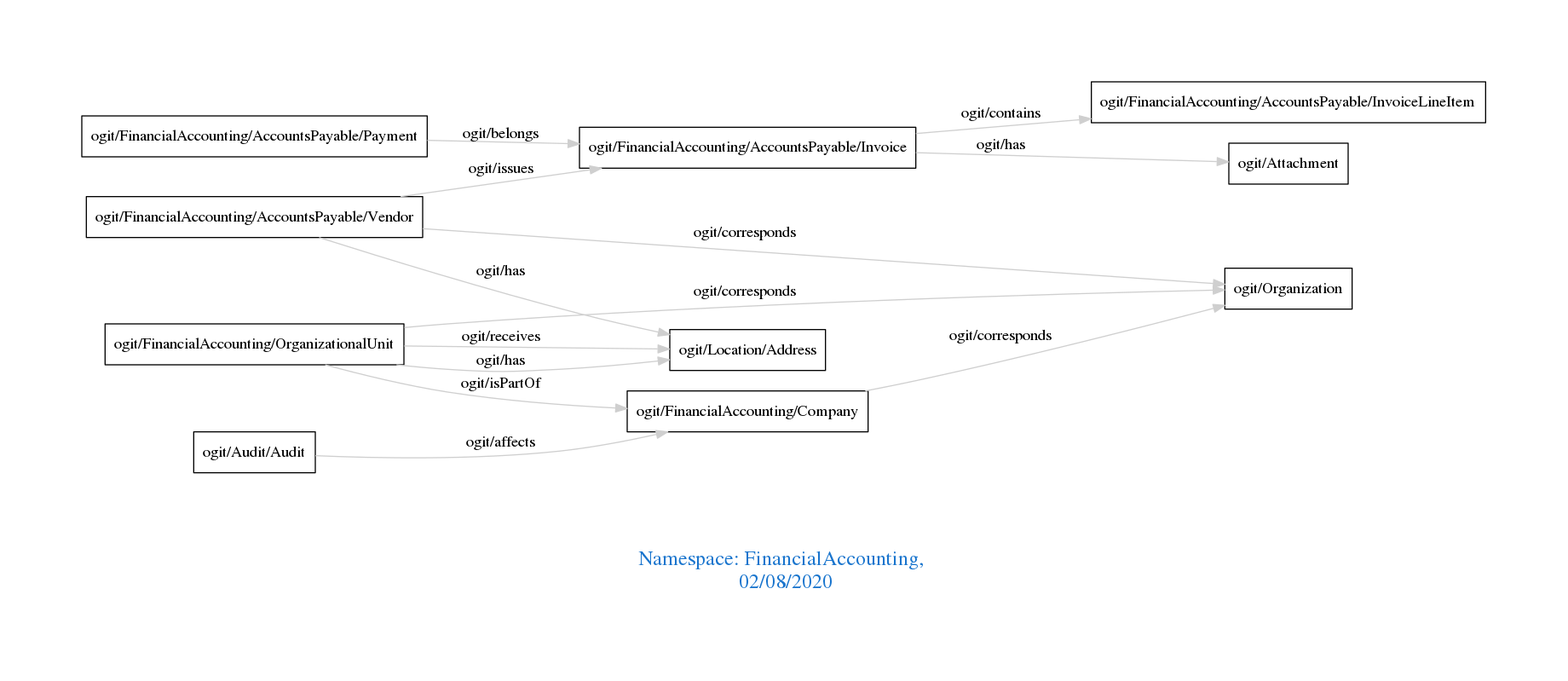
Above: downloads/FinancialAccounting.png in arago/OGIT (Graphviz), before the change. Its source is kept beside it as downloads/FinancialAccounting.dot.
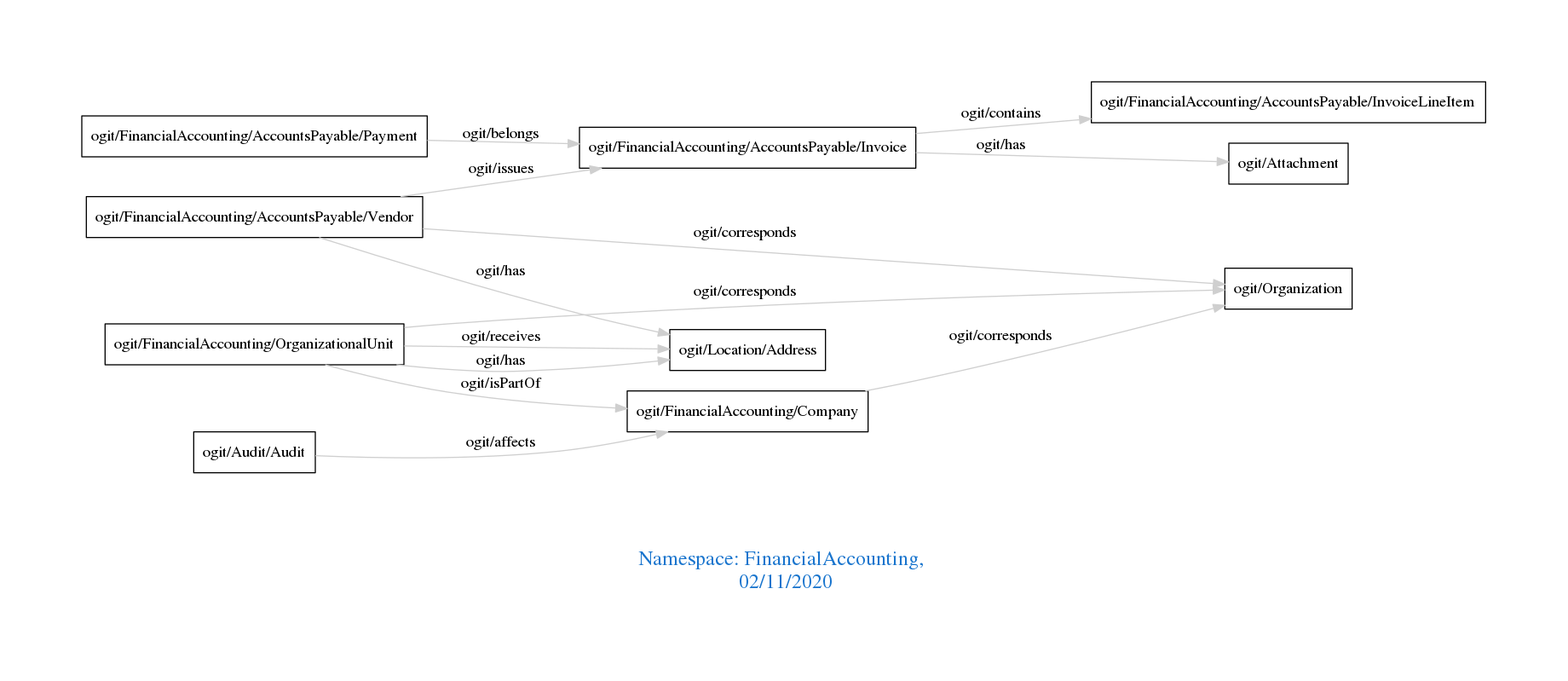
The same file after the commit.

Change to the diagram source:
```diff
@@ -1,7 +1,7 @@
 digraph OGIT_ontology {
  graph [ rankdir= LR,pad=1
 fontsize = 18,
-fontcolor= dodgerblue3,label = "\n\n\nNamespace: FinancialAccounting, \n 02/08/2020"];
+fontcolor= dodgerblue3,label = "\n\n\nNamespace: FinancialAccounting, \n 02/11/2020"];
 node[shape=polygon];
 edge [  color="gray81"];
 
```
